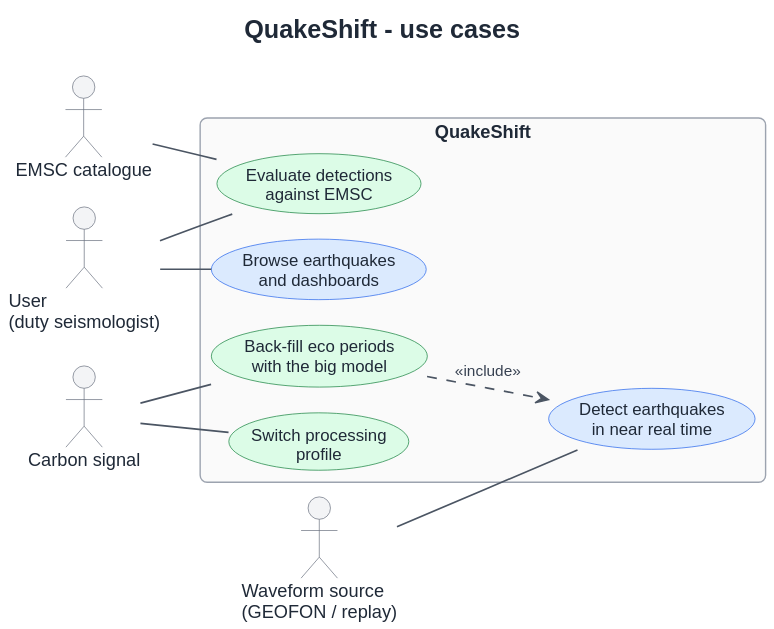
Before: docs/architecture/use-cases.svg, a diagram exported from PlantUML (mnihl/QuakeShift).
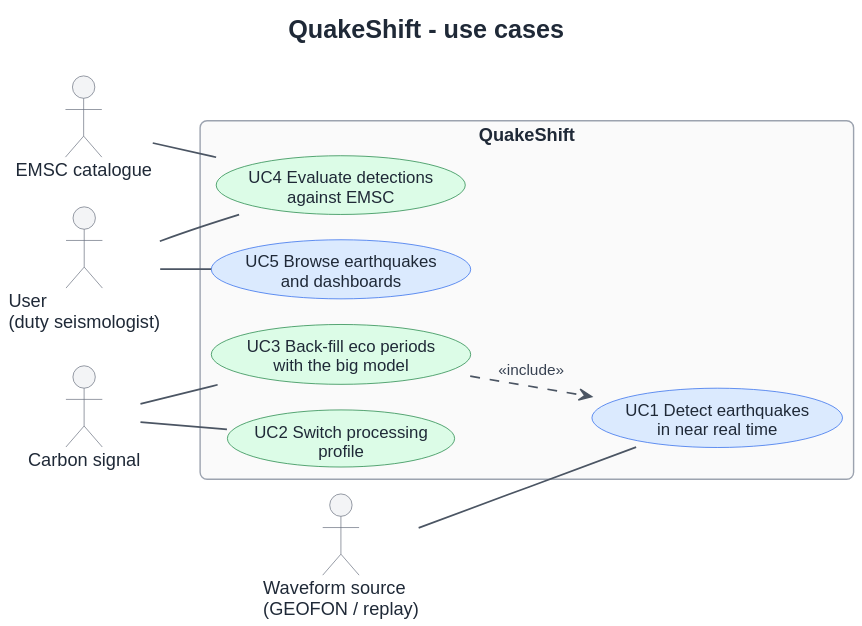
Later version of the same file.

What changed in the source:
```diff
@@ -17,19 +17,19 @@
 actor "EMSC catalogue" as emsc
 
 rectangle QuakeShift {
-  usecase "Detect earthquakes\nin near real time" as UC1
-  usecase "Browse earthquakes\nand dashboards" as UC2
-  usecase "Switch processing\nprofile" as UC3 #DCFCE7;line:15803D
-  usecase "Back-fill eco periods\nwith the big model" as UC4 #DCFCE7;line:15803D
-  usecase "Evaluate detections\nagainst EMSC" as UC5 #DCFCE7;line:15803D
+  usecase "UC1 Detect earthquakes\nin near real time" as UC1
+  usecase "UC2 Switch processing\nprofile" as UC2 #DCFCE7;line:15803D
+  usecase "UC3 Back-fill eco periods\nwith the big model" as UC3 #DCFCE7;line:15803D
+  usecase "UC4 Evaluate detections\nagainst EMSC" as UC4 #DCFCE7;line:15803D
+  usecase "UC5 Browse earthquakes\nand dashboards" as UC5
 }
 
 src -- UC1
-user -- UC2
+carbon -- UC2
 carbon -- UC3
-carbon -- UC4
-emsc -- UC5
+emsc -- UC4
+user -- UC4
 user -- UC5
 
-UC4 ..> UC1 : <<include>>
+UC3 ..> UC1 : <<include>>
 @enduml
```
